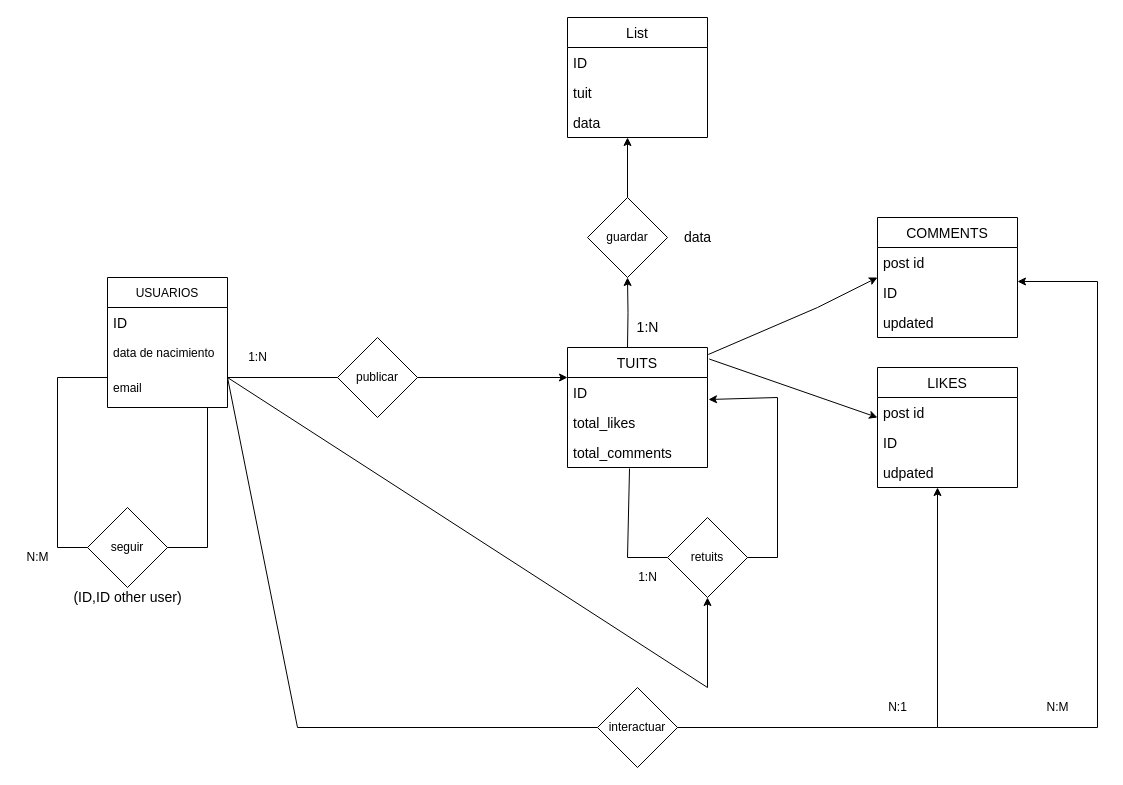
Above: Ejercicio16.drawio in MarcPadrell/Team-4-ta12 (draw.io), before the change. Source tidied: cells renumbered, new cells numbered last; positions are measured from the earlier drawing's top-left corner, leaving out a move shared by most shapes. Both pictures are drawn from the tidied source at 100%, with x=0, y=0 at pixel (17, 17).
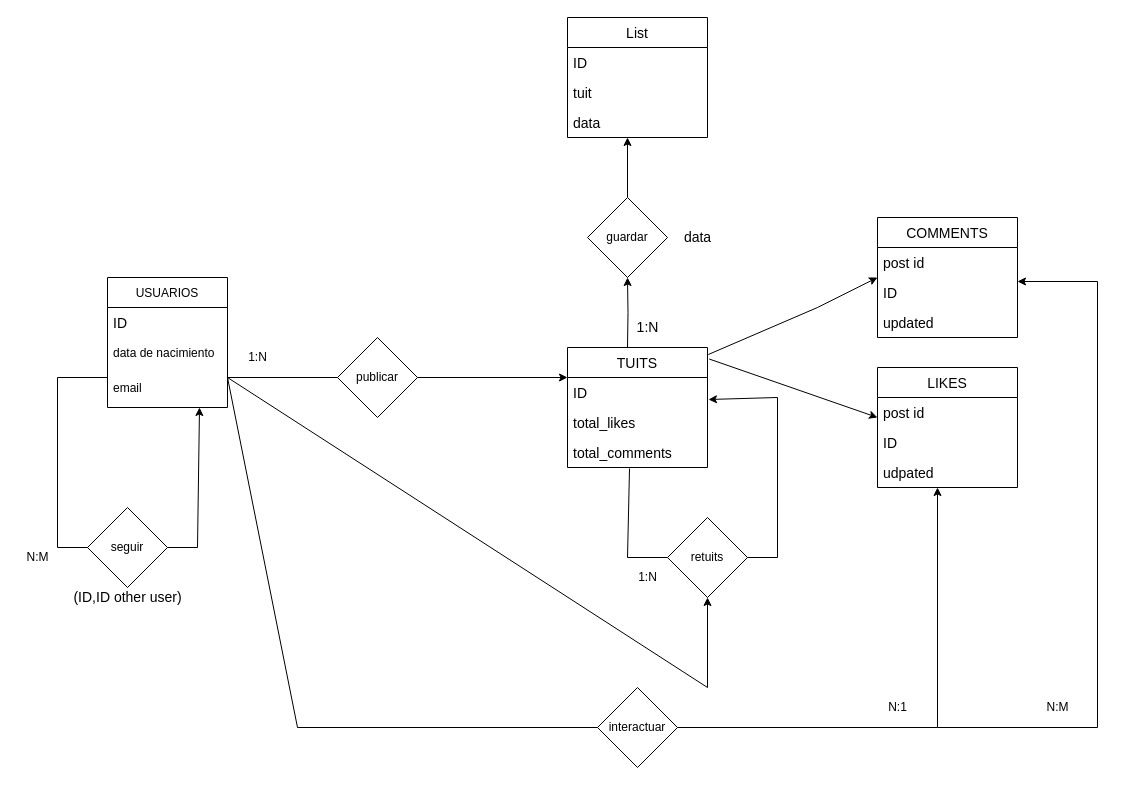
The same page after the edit.

Unchanged cells that the change refers to:
```xml
<mxCell id="7" value="seguir" style="rhombus;whiteSpace=wrap;html=1;" parent="1" vertex="1">
  <mxGeometry x="70" y="490" width="80" height="80" as="geometry" />
</mxCell>
```

The edit, as a diff of the source:
```diff
@@
-    <mxCell id="10" style="endArrow=none;html=1;rounded=0;entryX=0.833;entryY=1;entryDx=0;entryDy=0;entryPerimeter=0;exitX=1;exitY=0.5;exitDx=0;exitDy=0;" parent="1" edge="1" source="7">
-      <mxGeometry relative="1" as="geometry">
-        <mxPoint x="190" y="390" as="targetPoint" />
-        <Array as="points">
-          <mxPoint x="190" y="530" />
-        </Array>
-      </mxGeometry>
-    </mxCell>
@@
+    <mxCell id="52" style="endArrow=classic;html=1;rounded=0;fontSize=14;fontColor=none;exitX=1;exitY=0.5;exitDx=0;exitDy=0;" parent="1" edge="1" source="7">
+      <mxGeometry relative="1" as="geometry">
+        <mxPoint x="182" y="390" as="targetPoint" />
+        <Array as="points">
+          <mxPoint x="180" y="530" />
+        </Array>
+      </mxGeometry>
+    </mxCell>
```
